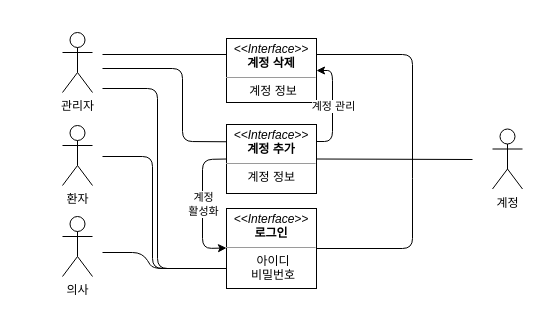
This is admin/03. Domain Model Diagram/Domain Model for UC-7,8,12.drawio from yhb1834/Smart-Health-Prediction-System, a draw.io file, before an edit. Source tidied: cells renumbered, new cells numbered last; positions are measured from the earlier drawing's top-left corner, leaving out a move shared by most shapes. Both pictures are drawn from the tidied source at 100%, with x=0, y=0 at pixel (62, 32).
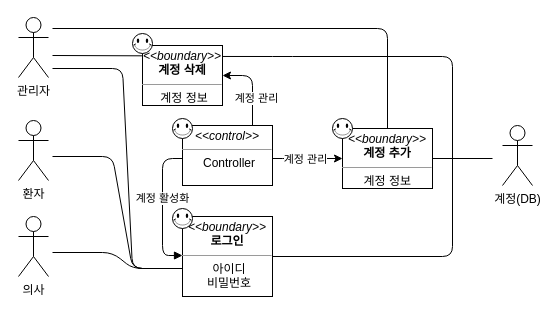
After the change.

Commit message (it also covers changes not shown here):
domain model diagram 수정

The edit, as a diff of the source:
```diff
@@
     <mxCell id="2" value="관리자" style="shape=umlActor;verticalLabelPosition=bottom;verticalAlign=top;html=1;" parent="1" vertex="1">
-      <mxGeometry width="30" height="60" as="geometry" />
+      <mxGeometry x="-44" y="-15" width="30" height="60" as="geometry" />
     </mxCell>
     <mxCell id="3" value="의사" style="shape=umlActor;verticalLabelPosition=bottom;verticalAlign=top;html=1;" parent="1" vertex="1">
-      <mxGeometry y="184" width="30" height="60" as="geometry" />
+      <mxGeometry x="-44" y="184" width="30" height="60" as="geometry" />
     </mxCell>
-    <mxCell id="4" value="계정" style="shape=umlActor;verticalLabelPosition=bottom;verticalAlign=top;html=1;" parent="1" vertex="1">
-      <mxGeometry x="430" y="96.5" width="30" height="60" as="geometry" />
+    <mxCell id="4" value="계정(DB)" style="shape=umlActor;verticalLabelPosition=bottom;verticalAlign=top;html=1;" parent="1" vertex="1">
+      <mxGeometry x="440" y="93" width="30" height="60" as="geometry" />
     </mxCell>
-    <mxCell id="5" value="&lt;p style=&quot;margin: 0px ; margin-top: 4px ; text-align: center&quot;&gt;&lt;i&gt;&amp;lt;&amp;lt;Interface&amp;gt;&amp;gt;&lt;/i&gt;&lt;br&gt;&lt;b&gt;계정 추가&lt;/b&gt;&lt;/p&gt;&lt;hr size=&quot;1&quot;&gt;&lt;p style=&quot;text-align: center ; margin: 0px 0px 0px 4px&quot;&gt;계정 정보&amp;nbsp;&lt;/p&gt;" style="verticalAlign=top;align=left;overflow=fill;fontSize=12;fontFamily=Helvetica;html=1;" parent="1" vertex="1">
-      <mxGeometry x="164" y="92" width="90" height="69" as="geometry" />
+    <mxCell id="5" value="&lt;p style=&quot;margin: 0px ; margin-top: 4px ; text-align: center&quot;&gt;&lt;i&gt;&amp;lt;&amp;lt;boundary&amp;gt;&amp;gt;&lt;/i&gt;&lt;br&gt;&lt;b&gt;계정 추가&lt;/b&gt;&lt;/p&gt;&lt;hr size=&quot;1&quot;&gt;&lt;p style=&quot;text-align: center ; margin: 0px 0px 0px 4px&quot;&gt;계정 정보&amp;nbsp;&lt;/p&gt;" style="verticalAlign=top;align=left;overflow=fill;fontSize=12;fontFamily=Helvetica;html=1;" parent="1" vertex="1">
+      <mxGeometry x="280" y="96" width="90" height="60" as="geometry" />
     </mxCell>
-    <mxCell id="6" value="&lt;p style=&quot;margin: 4px 0px 0px&quot;&gt;&lt;i&gt;&amp;lt;&amp;lt;Interface&amp;gt;&amp;gt;&lt;/i&gt;&lt;br&gt;&lt;b&gt;계정 삭제&lt;/b&gt;&lt;/p&gt;&lt;hr size=&quot;1&quot;&gt;&lt;p style=&quot;margin: 0px ; margin-left: 4px&quot;&gt;계정 정보&lt;/p&gt;" style="verticalAlign=top;align=center;overflow=fill;fontSize=12;fontFamily=Helvetica;html=1;" parent="1" vertex="1">
-      <mxGeometry x="164" y="6" width="90" height="64" as="geometry" />
+    <mxCell id="6" value="&lt;p style=&quot;margin: 4px 0px 0px&quot;&gt;&lt;i&gt;&amp;lt;&amp;lt;boundary&amp;gt;&amp;gt;&lt;/i&gt;&lt;br&gt;&lt;b&gt;계정 삭제&lt;/b&gt;&lt;/p&gt;&lt;hr size=&quot;1&quot;&gt;&lt;p style=&quot;margin: 0px ; margin-left: 4px&quot;&gt;계정 정보&lt;/p&gt;" style="verticalAlign=top;align=center;overflow=fill;fontSize=12;fontFamily=Helvetica;html=1;" parent="1" vertex="1">
+      <mxGeometry x="80" y="13" width="80" height="60" as="geometry" />
     </mxCell>
-    <mxCell id="7" value="&lt;p style=&quot;margin: 0px ; margin-top: 4px ; text-align: center&quot;&gt;&lt;i&gt;&amp;lt;&amp;lt;Interface&amp;gt;&amp;gt;&lt;/i&gt;&lt;br&gt;&lt;b&gt;로그인&lt;/b&gt;&lt;/p&gt;&lt;hr size=&quot;1&quot;&gt;&lt;p style=&quot;text-align: center ; margin: 0px 0px 0px 4px&quot;&gt;아이디&lt;/p&gt;&lt;p style=&quot;text-align: center ; margin: 0px 0px 0px 4px&quot;&gt;비밀번호&lt;/p&gt;" style="verticalAlign=top;align=left;overflow=fill;fontSize=12;fontFamily=Helvetica;html=1;" parent="1" vertex="1">
-      <mxGeometry x="164" y="176" width="90" height="80" as="geometry" />
+    <mxCell id="7" value="&lt;p style=&quot;margin: 0px ; margin-top: 4px ; text-align: center&quot;&gt;&lt;i&gt;&amp;lt;&amp;lt;boundary&amp;gt;&amp;gt;&lt;/i&gt;&lt;br&gt;&lt;b&gt;로그인&lt;/b&gt;&lt;/p&gt;&lt;hr size=&quot;1&quot;&gt;&lt;p style=&quot;text-align: center ; margin: 0px 0px 0px 4px&quot;&gt;아이디&lt;/p&gt;&lt;p style=&quot;text-align: center ; margin: 0px 0px 0px 4px&quot;&gt;비밀번호&lt;/p&gt;" style="verticalAlign=top;align=left;overflow=fill;fontSize=12;fontFamily=Helvetica;html=1;" parent="1" vertex="1">
+      <mxGeometry x="120" y="184" width="90" height="80" as="geometry" />
     </mxCell>
-    <mxCell id="8" style="endArrow=none;html=1;exitX=1;exitY=0.25;exitDx=0;exitDy=0;" parent="1" edge="1" source="6">
-      <mxGeometry relative="1" as="geometry">
-        <mxPoint x="350" y="146" as="targetPoint" />
-        <Array as="points">
-          <mxPoint x="350" y="22" />
-        </Array>
-      </mxGeometry>
-    </mxCell>
-    <mxCell id="9" style="endArrow=none;html=1;exitX=1;exitY=0.5;exitDx=0;exitDy=0;" parent="1" edge="1" source="7">
-      <mxGeometry relative="1" as="geometry">
-        <mxPoint x="350" y="146" as="targetPoint" />
-        <Array as="points">
-          <mxPoint x="350" y="216" />
-        </Array>
-      </mxGeometry>
-    </mxCell>
-    <mxCell id="10" style="endArrow=none;html=1;entryX=0;entryY=0.25;entryDx=0;entryDy=0;" parent="1" edge="1" target="5">
-      <mxGeometry relative="1" as="geometry">
-        <mxPoint x="40" y="36" as="sourcePoint" />
-        <Array as="points">
-          <mxPoint x="120" y="36" />
-          <mxPoint x="120" y="109" />
-        </Array>
-      </mxGeometry>
-    </mxCell>
     <mxCell id="11" style="endArrow=none;html=1;fillColor=#f8cecc;" parent="1" edge="1">
       <mxGeometry relative="1" as="geometry">
-        <mxPoint x="40" y="220" as="sourcePoint" />
-        <mxPoint x="164" y="236" as="targetPoint" />
+        <mxPoint x="-10" y="220" as="sourcePoint" />
+        <mxPoint x="120" y="236" as="targetPoint" />
         <Array as="points">
-          <mxPoint x="80" y="220" />
-          <mxPoint x="90" y="236" />
+          <mxPoint x="50" y="220" />
+          <mxPoint x="70" y="236" />
           <mxPoint x="110" y="236" />
-          <mxPoint x="130" y="236" />
         </Array>
       </mxGeometry>
     </mxCell>
-    <mxCell id="12" style="endArrow=none;html=1;exitX=1;exitY=0.5;exitDx=0;exitDy=0;" parent="1" edge="1" source="5">
-      <mxGeometry relative="1" as="geometry">
-        <mxPoint x="410" y="127" as="targetPoint" />
-      </mxGeometry>
-    </mxCell>
-    <mxCell id="13" style="endArrow=classic;html=1;exitX=0;exitY=0.5;exitDx=0;exitDy=0;" parent="1" edge="1" source="5">
-      <mxGeometry relative="1" as="geometry">
-        <mxPoint x="164" y="215.5" as="targetPoint" />
-        <Array as="points">
-          <mxPoint x="140" y="127" />
-          <mxPoint x="140" y="216" />
-        </Array>
-      </mxGeometry>
-    </mxCell>
-    <mxCell id="14" value="계정&lt;br&gt;활성화" style="edgeLabel;html=1;align=center;verticalAlign=middle;horizontal=1;" parent="13" vertex="1">
-      <mxGeometry relative="1" as="geometry" />
-    </mxCell>
     <mxCell id="15" style="endArrow=classic;html=1;entryX=1;entryY=0.5;entryDx=0;entryDy=0;" parent="1" edge="1" target="6">
       <mxGeometry relative="1" as="geometry">
-        <mxPoint x="254" y="109" as="sourcePoint" />
+        <mxPoint x="190" y="93" as="sourcePoint" />
         <Array as="points">
-          <mxPoint x="270" y="109" />
-          <mxPoint x="270" y="38" />
+          <mxPoint x="190" y="43" />
         </Array>
       </mxGeometry>
     </mxCell>
     <mxCell id="16" value="계정 관리" style="edgeLabel;html=1;align=center;verticalAlign=middle;" parent="15" vertex="1">
-      <mxGeometry relative="1" as="geometry" />
+      <mxGeometry relative="1" as="geometry">
+        <mxPoint x="3" y="12" as="offset" />
+      </mxGeometry>
     </mxCell>
     <mxCell id="17" value="환자" style="shape=umlActor;verticalLabelPosition=bottom;verticalAlign=top;html=1;" parent="1" vertex="1">
-      <mxGeometry y="93" width="30" height="60" as="geometry" />
+      <mxGeometry x="-44" y="88" width="30" height="60" as="geometry" />
     </mxCell>
-    <mxCell id="18" style="endArrow=none;html=1;entryX=0;entryY=0.75;entryDx=0;entryDy=0;" parent="1" edge="1" target="7">
+    <mxCell id="18" style="endArrow=none;html=1;" parent="1" edge="1">
       <mxGeometry relative="1" as="geometry">
-        <mxPoint x="40" y="56" as="sourcePoint" />
+        <mxPoint x="-10" y="36" as="sourcePoint" />
+        <mxPoint x="120" y="236" as="targetPoint" />
         <Array as="points">
-          <mxPoint x="95" y="56" />
-          <mxPoint x="95" y="236" />
+          <mxPoint x="60" y="36" />
+          <mxPoint x="70" y="236" />
         </Array>
       </mxGeometry>
     </mxCell>
-    <mxCell id="19" style="endArrow=none;html=1;entryX=0;entryY=0.75;entryDx=0;entryDy=0;" parent="1" edge="1" target="7">
+    <mxCell id="19" style="endArrow=none;html=1;" parent="1" edge="1">
       <mxGeometry relative="1" as="geometry">
-        <mxPoint x="40" y="124" as="sourcePoint" />
+        <mxPoint x="-10" y="124" as="sourcePoint" />
+        <mxPoint x="120" y="236" as="targetPoint" />
         <Array as="points">
-          <mxPoint x="90" y="124" />
-          <mxPoint x="90" y="236" />
+          <mxPoint x="50" y="124" />
+          <mxPoint x="70" y="236" />
         </Array>
       </mxGeometry>
     </mxCell>
-    <mxCell id="20" style="endArrow=none;html=1;exitX=0;exitY=0.25;exitDx=0;exitDy=0;" parent="1" edge="1" source="6">
+    <mxCell id="20" style="endArrow=none;html=1;exitX=-0.007;exitY=0.172;exitDx=0;exitDy=0;exitPerimeter=0;" parent="1" edge="1" source="6">
       <mxGeometry relative="1" as="geometry">
-        <mxPoint x="40" y="22" as="targetPoint" />
+        <mxPoint x="-10" y="23" as="targetPoint" />
       </mxGeometry>
     </mxCell>
+    <mxCell id="21" value="&lt;p style=&quot;margin: 0px ; margin-top: 4px ; text-align: center&quot;&gt;&lt;i&gt;&amp;lt;&amp;lt;control&amp;gt;&amp;gt;&lt;/i&gt;&lt;br&gt;&lt;/p&gt;&lt;hr size=&quot;1&quot;&gt;&lt;p style=&quot;text-align: center ; margin: 0px 0px 0px 4px&quot;&gt;Controller&lt;/p&gt;" style="verticalAlign=top;align=left;overflow=fill;fontSize=12;fontFamily=Helvetica;html=1;" parent="1" vertex="1">
+      <mxGeometry x="120" y="93" width="90" height="60" as="geometry" />
+    </mxCell>
+    <mxCell id="14" value="계정 활성화" style="html=1;verticalAlign=bottom;endArrow=block;" parent="1" edge="1">
+      <mxGeometry relative="1" as="geometry">
+        <mxPoint x="120" y="126" as="sourcePoint" />
+        <mxPoint x="120" y="223" as="targetPoint" />
+        <Array as="points">
+          <mxPoint x="100" y="126" />
+          <mxPoint x="100" y="223" />
+        </Array>
+      </mxGeometry>
+    </mxCell>
+    <mxCell id="22" style="endArrow=none;html=1;entryX=0.5;entryY=0;entryDx=0;entryDy=0;" parent="1" edge="1" target="5">
+      <mxGeometry relative="1" as="geometry">
+        <mxPoint x="-10" y="-4" as="sourcePoint" />
+        <Array as="points">
+          <mxPoint x="325" y="-4" />
+        </Array>
+      </mxGeometry>
+    </mxCell>
+    <mxCell id="23" style="endArrow=none;html=1;" parent="1" edge="1">
+      <mxGeometry relative="1" as="geometry">
+        <mxPoint x="370" y="126" as="sourcePoint" />
+        <mxPoint x="430" y="126" as="targetPoint" />
+      </mxGeometry>
+    </mxCell>
+    <mxCell id="24" style="endArrow=none;html=1;exitX=1;exitY=0.5;exitDx=0;exitDy=0;" parent="1" edge="1" source="7">
+      <mxGeometry relative="1" as="geometry">
+        <mxPoint x="390" y="126" as="targetPoint" />
+        <Array as="points">
+          <mxPoint x="390" y="224" />
+        </Array>
+      </mxGeometry>
+    </mxCell>
+    <mxCell id="25" style="endArrow=none;html=1;entryX=1.004;entryY=0.183;entryDx=0;entryDy=0;entryPerimeter=0;" parent="1" edge="1" target="6">
+      <mxGeometry relative="1" as="geometry">
+        <mxPoint x="390" y="126" as="sourcePoint" />
+        <Array as="points">
+          <mxPoint x="390" y="24" />
+          <mxPoint x="220" y="24" />
+        </Array>
+      </mxGeometry>
+    </mxCell>
+    <mxCell id="26" style="endArrow=none;html=1;exitX=1;exitY=0.5;exitDx=0;exitDy=0;" parent="1" edge="1" source="5">
+      <mxGeometry relative="1" as="geometry">
+        <mxPoint x="370" y="126" as="targetPoint" />
+      </mxGeometry>
+    </mxCell>
+    <mxCell id="27" style="endArrow=classic;html=1;entryX=0;entryY=0.5;entryDx=0;entryDy=0;" parent="1" edge="1" target="5">
+      <mxGeometry relative="1" as="geometry">
+        <mxPoint x="210" y="126" as="sourcePoint" />
+        <Array as="points">
+          <mxPoint x="230" y="126" />
+        </Array>
+      </mxGeometry>
+    </mxCell>
+    <mxCell id="28" value="계정 관리" style="edgeLabel;html=1;align=center;verticalAlign=middle;" parent="27" vertex="1">
+      <mxGeometry relative="1" as="geometry">
+        <mxPoint x="-3" as="offset" />
+      </mxGeometry>
+    </mxCell>
+    <mxCell id="29" style="verticalLabelPosition=bottom;verticalAlign=top;html=1;shape=mxgraph.basic.smiley;" parent="1" vertex="1">
+      <mxGeometry x="110" y="176" width="20" height="20" as="geometry" />
+    </mxCell>
+    <mxCell id="30" style="verticalLabelPosition=bottom;verticalAlign=top;html=1;shape=mxgraph.basic.smiley;" parent="1" vertex="1">
+      <mxGeometry x="110" y="86" width="20" height="20" as="geometry" />
+    </mxCell>
+    <mxCell id="31" style="verticalLabelPosition=bottom;verticalAlign=top;html=1;shape=mxgraph.basic.smiley;" parent="1" vertex="1">
+      <mxGeometry x="70" y="1" width="20" height="20" as="geometry" />
+    </mxCell>
+    <mxCell id="32" style="verticalLabelPosition=bottom;verticalAlign=top;html=1;shape=mxgraph.basic.smiley;" parent="1" vertex="1">
+      <mxGeometry x="270" y="86" width="20" height="20" as="geometry" />
+    </mxCell>
```
